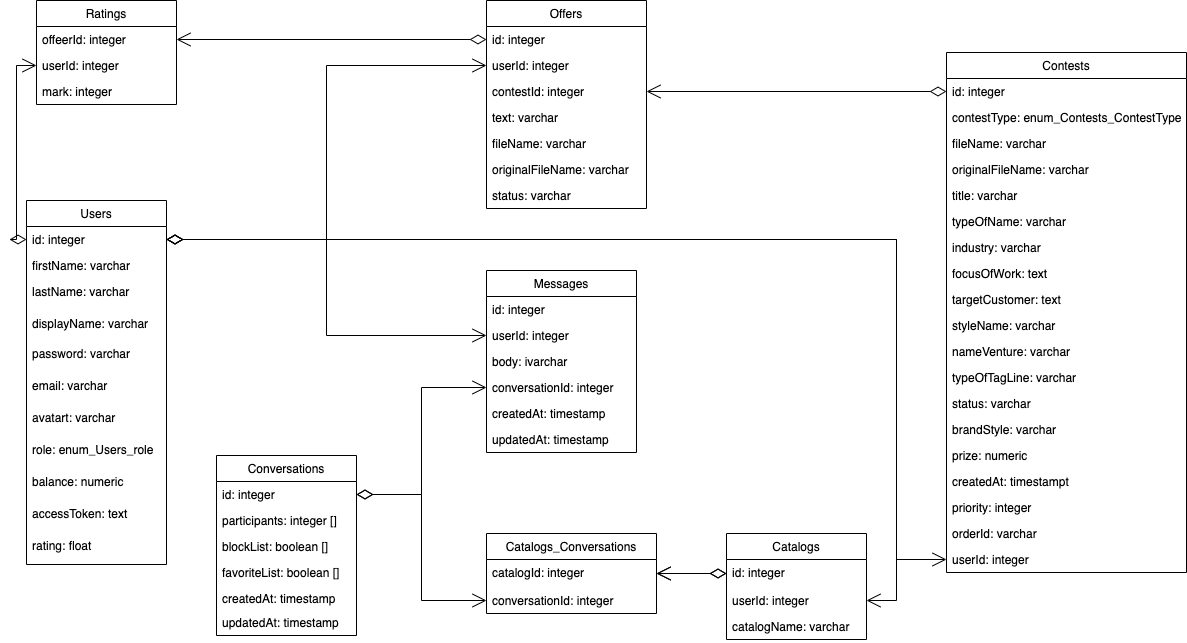
This is server/src/controllers/queries/examQueries/CHAT_MIGRATE.drawio.png from AnastasiaFedko/FreshCode-Exam-Project, a draw.io export, as it was before one commit. Source tidied: cells renumbered, new cells last; positions are measured from the earlier drawing's top-left corner, leaving out a move shared by most shapes.
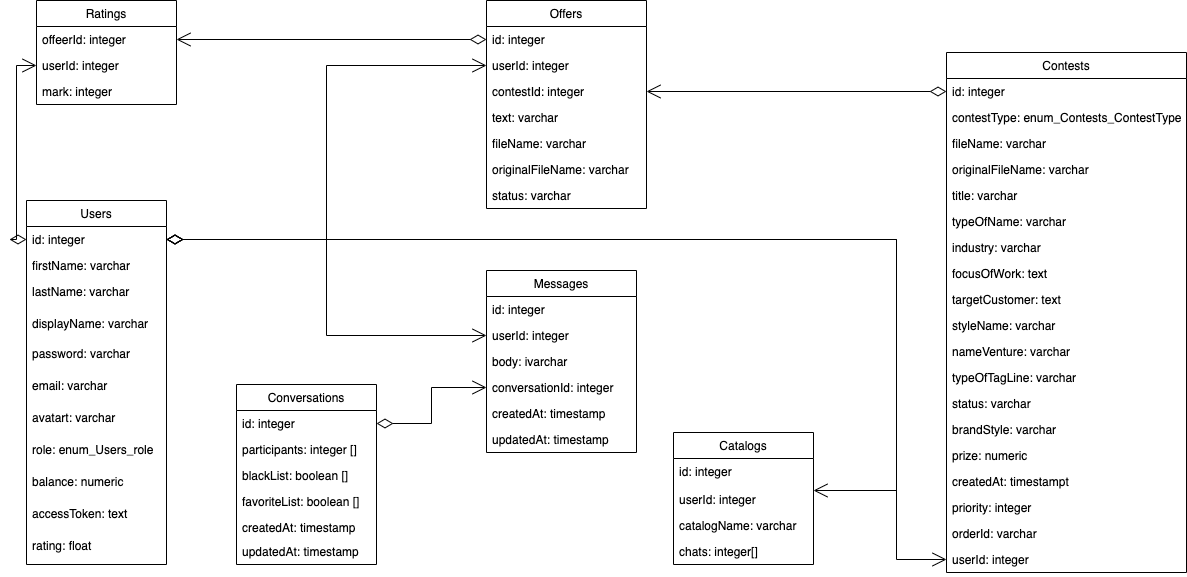
The same diagram one commit later.

Commit message:
change uml diagram

What changed in the source:
```diff
@@ -146,9 +146,6 @@
     <mxCell id="49" style="endArrow=open;html=1;endSize=12;startArrow=diamondThin;startSize=14;startFill=0;edgeStyle=orthogonalEdgeStyle;rounded=0;" parent="1" edge="1" source="15" target="42">
       <mxGeometry relative="1" as="geometry" />
     </mxCell>
-    <mxCell id="50" style="endArrow=open;html=1;endSize=12;startArrow=diamondThin;startSize=14;startFill=0;edgeStyle=orthogonalEdgeStyle;rounded=0;" parent="1" edge="1" source="69" target="73">
-      <mxGeometry relative="1" as="geometry" />
-    </mxCell>
     <mxCell id="51" style="endArrow=open;html=1;endSize=12;startArrow=diamondThin;startSize=14;startFill=0;edgeStyle=orthogonalEdgeStyle;rounded=0;" parent="1" edge="1" source="3" target="54">
       <mxGeometry relative="1" as="geometry" />
     </mxCell>
@@ -174,7 +171,7 @@
       <mxGeometry y="156" width="150" height="26" as="geometry" />
     </mxCell>
     <mxCell id="59" value="Conversations" style="swimlane;fontStyle=0;horizontal=1;startSize=26;fillColor=none;" parent="1" vertex="1">
-      <mxGeometry x="190" y="455" width="140" height="180" as="geometry" />
+      <mxGeometry x="210" y="384" width="140" height="180" as="geometry" />
     </mxCell>
     <mxCell id="60" value="id: integer" style="text;strokeColor=none;fillColor=none;align=left;verticalAlign=top;spacingLeft=4;spacingRight=4;overflow=hidden;points=[[0,0.5],[1,0.5]];portConstraint=eastwest;" parent="59" vertex="1">
       <mxGeometry y="26" width="140" height="26" as="geometry" />
@@ -182,7 +179,7 @@
     <mxCell id="61" value="participants: integer []" style="text;strokeColor=none;fillColor=none;align=left;verticalAlign=top;spacingLeft=4;spacingRight=4;overflow=hidden;" parent="59" vertex="1">
       <mxGeometry y="52" width="140" height="26" as="geometry" />
     </mxCell>
-    <mxCell id="62" value="blockList: boolean []" style="text;strokeColor=none;fillColor=none;align=left;verticalAlign=top;spacingLeft=4;spacingRight=4;overflow=hidden;" parent="59" vertex="1">
+    <mxCell id="62" value="blackList: boolean []" style="text;strokeColor=none;fillColor=none;align=left;verticalAlign=top;spacingLeft=4;spacingRight=4;overflow=hidden;" parent="59" vertex="1">
       <mxGeometry y="78" width="140" height="26" as="geometry" />
     </mxCell>
     <mxCell id="63" value="favoriteList: boolean []" style="text;strokeColor=none;fillColor=none;align=left;verticalAlign=top;spacingLeft=4;spacingRight=4;overflow=hidden;" parent="59" vertex="1">
@@ -197,11 +194,8 @@
     <mxCell id="66" style="endArrow=open;html=1;endSize=12;startArrow=diamondThin;startSize=14;startFill=0;edgeStyle=orthogonalEdgeStyle;rounded=0;" parent="1" edge="1" source="60" target="56">
       <mxGeometry relative="1" as="geometry" />
     </mxCell>
-    <mxCell id="67" style="endArrow=open;html=1;endSize=12;startArrow=diamondThin;startSize=14;startFill=0;edgeStyle=orthogonalEdgeStyle;rounded=0;" parent="1" edge="1" source="60" target="74">
-      <mxGeometry relative="1" as="geometry" />
-    </mxCell>
     <mxCell id="68" value="Catalogs" style="swimlane;fontStyle=0;horizontal=1;startSize=26;fillColor=none;" parent="1" vertex="1">
-      <mxGeometry x="700" y="533" width="140" height="106" as="geometry" />
+      <mxGeometry x="647" y="432" width="140" height="132" as="geometry" />
     </mxCell>
     <mxCell id="69" value="id: integer" style="text;strokeColor=none;fillColor=none;align=left;verticalAlign=top;spacingLeft=4;spacingRight=4;overflow=hidden;points=[[0,0.5],[1,0.5]];portConstraint=eastwest;" parent="68" vertex="1">
       <mxGeometry y="26" width="140" height="28" as="geometry" />
@@ -212,23 +206,9 @@
     <mxCell id="71" value="catalogName: varchar" style="text;strokeColor=none;fillColor=none;align=left;verticalAlign=top;spacingLeft=4;spacingRight=4;overflow=hidden;" parent="68" vertex="1">
       <mxGeometry y="80" width="140" height="26" as="geometry" />
     </mxCell>
-    <mxCell id="72" value="Catalogs_Conversations" style="swimlane;fontStyle=0;horizontal=1;startSize=26;fillColor=none;" parent="1" vertex="1">
-      <mxGeometry x="460" y="533" width="170" height="80" as="geometry" />
-    </mxCell>
-    <mxCell id="73" value="catalogId: integer" style="text;strokeColor=none;fillColor=none;align=left;verticalAlign=top;spacingLeft=4;spacingRight=4;overflow=hidden;points=[[0,0.5],[1,0.5]];portConstraint=eastwest;" parent="72" vertex="1">
-      <mxGeometry y="26" width="170" height="28" as="geometry" />
-    </mxCell>
-    <mxCell id="74" value="conversationId: integer" style="text;strokeColor=none;fillColor=none;align=left;verticalAlign=top;spacingLeft=4;spacingRight=4;overflow=hidden;points=[[0,0.5],[1,0.5]];portConstraint=eastwest;" parent="72" vertex="1">
-      <mxGeometry y="54" width="170" height="26" as="geometry" />
-    </mxCell>
-    <mxCell id="75" style="endArrow=open;html=1;endSize=12;startArrow=diamondThin;startSize=14;startFill=0;edgeStyle=orthogonalEdgeStyle;rounded=0;" parent="1" edge="1" source="69" target="73">
-      <mxGeometry relative="1" as="geometry">
-        <Array as="points">
-          <mxPoint x="660" y="573" />
-          <mxPoint x="660" y="573" />
-        </Array>
-      </mxGeometry>
-    </mxCell>
+    <mxCell id="78" value="chats: integer[]" style="text;strokeColor=none;fillColor=none;align=left;verticalAlign=top;spacingLeft=4;spacingRight=4;overflow=hidden;" parent="68" vertex="1">
+      <mxGeometry y="106" width="140" height="26" as="geometry" />
+    </mxCell>
     <mxCell id="76" style="endArrow=open;html=1;endSize=12;startArrow=diamondThin;startSize=14;startFill=0;edgeStyle=orthogonalEdgeStyle;rounded=0;" parent="1" edge="1" source="3" target="33">
       <mxGeometry relative="1" as="geometry">
         <Array as="points">
@@ -241,7 +221,7 @@
       <mxGeometry relative="1" as="geometry">
         <Array as="points">
           <mxPoint x="870" y="239" />
-          <mxPoint x="870" y="600" />
+          <mxPoint x="870" y="490" />
         </Array>
       </mxGeometry>
     </mxCell>
```
